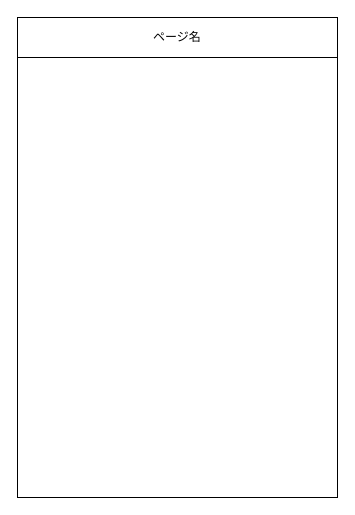
Before: page "タグ編集" (7 of 8) of memo/drawio/ScreenImage.drawio in yn1323/MenuDiary, a draw.io diagram. Source tidied: cells renumbered, new cells numbered last; positions are measured from the earlier drawing's top-left corner, leaving out a move shared by most shapes. Both pictures are drawn from the tidied source at 100%, with x=0, y=0 at pixel (17, 17).
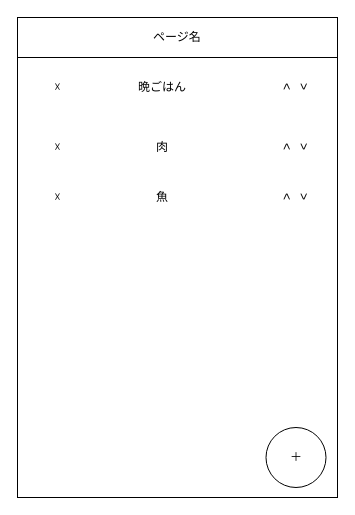
After the change.

What changed in the source:
```diff
@@
 <mxGraphModel>
   <root>
     <mxCell id="0" />
     <mxCell id="1" parent="0" />
     <mxCell id="2" style="rounded=0;whiteSpace=wrap;html=1;" parent="1" vertex="1">
       <mxGeometry width="320" height="480" as="geometry" />
     </mxCell>
     <mxCell id="3" value="ページ名" style="rounded=0;whiteSpace=wrap;html=1;" parent="1" vertex="1">
       <mxGeometry width="320" height="40" as="geometry" />
     </mxCell>
+    <mxCell id="4" value="晩ごはん" style="text;html=1;strokeColor=none;fillColor=none;align=center;verticalAlign=middle;whiteSpace=wrap;rounded=0;" parent="1" vertex="1">
+      <mxGeometry x="10" y="50" width="270" height="40" as="geometry" />
+    </mxCell>
+    <mxCell id="5" style="group;" parent="1" vertex="1">
+      <mxGeometry x="260" y="60" width="37" height="20" as="geometry" />
+    </mxCell>
+    <mxCell id="6" value="&amp;gt;" style="text;html=1;align=center;verticalAlign=middle;rotation=-90;" parent="5" vertex="1">
+      <mxGeometry width="20" height="20" as="geometry" />
+    </mxCell>
+    <mxCell id="7" value="&amp;lt;" style="text;html=1;align=center;verticalAlign=middle;rotation=-90;" parent="5" vertex="1">
+      <mxGeometry x="17" width="20" height="20" as="geometry" />
+    </mxCell>
+    <mxCell id="8" value="☓" style="text;html=1;align=center;verticalAlign=middle;" parent="1" vertex="1">
+      <mxGeometry x="30" y="60" width="20" height="20" as="geometry" />
+    </mxCell>
+    <mxCell id="9" value="肉" style="text;html=1;strokeColor=none;fillColor=none;align=center;verticalAlign=middle;whiteSpace=wrap;rounded=0;" parent="1" vertex="1">
+      <mxGeometry x="10" y="110" width="270" height="40" as="geometry" />
+    </mxCell>
+    <mxCell id="10" style="group;" parent="1" vertex="1">
+      <mxGeometry x="260" y="120" width="37" height="20" as="geometry" />
+    </mxCell>
+    <mxCell id="11" value="&amp;gt;" style="text;html=1;align=center;verticalAlign=middle;rotation=-90;" parent="10" vertex="1">
+      <mxGeometry width="20" height="20" as="geometry" />
+    </mxCell>
+    <mxCell id="12" value="&amp;lt;" style="text;html=1;align=center;verticalAlign=middle;rotation=-90;" parent="10" vertex="1">
+      <mxGeometry x="17" width="20" height="20" as="geometry" />
+    </mxCell>
+    <mxCell id="13" value="☓" style="text;html=1;align=center;verticalAlign=middle;" parent="1" vertex="1">
+      <mxGeometry x="30" y="120" width="20" height="20" as="geometry" />
+    </mxCell>
+    <mxCell id="14" value="魚" style="text;html=1;strokeColor=none;fillColor=none;align=center;verticalAlign=middle;whiteSpace=wrap;rounded=0;" parent="1" vertex="1">
+      <mxGeometry x="10" y="160" width="270" height="40" as="geometry" />
+    </mxCell>
+    <mxCell id="15" style="group;" parent="1" vertex="1">
+      <mxGeometry x="260" y="170" width="37" height="20" as="geometry" />
+    </mxCell>
+    <mxCell id="16" value="&amp;gt;" style="text;html=1;align=center;verticalAlign=middle;rotation=-90;" parent="15" vertex="1">
+      <mxGeometry width="20" height="20" as="geometry" />
+    </mxCell>
+    <mxCell id="17" value="&amp;lt;" style="text;html=1;align=center;verticalAlign=middle;rotation=-90;" parent="15" vertex="1">
+      <mxGeometry x="17" width="20" height="20" as="geometry" />
+    </mxCell>
+    <mxCell id="18" value="☓" style="text;html=1;align=center;verticalAlign=middle;" parent="1" vertex="1">
+      <mxGeometry x="30" y="170" width="20" height="20" as="geometry" />
+    </mxCell>
+    <mxCell id="19" value="＋" style="ellipse;whiteSpace=wrap;html=1;" parent="1" vertex="1">
+      <mxGeometry x="248.5" y="410" width="60" height="60" as="geometry" />
+    </mxCell>
   </root>
 </mxGraphModel>
```
